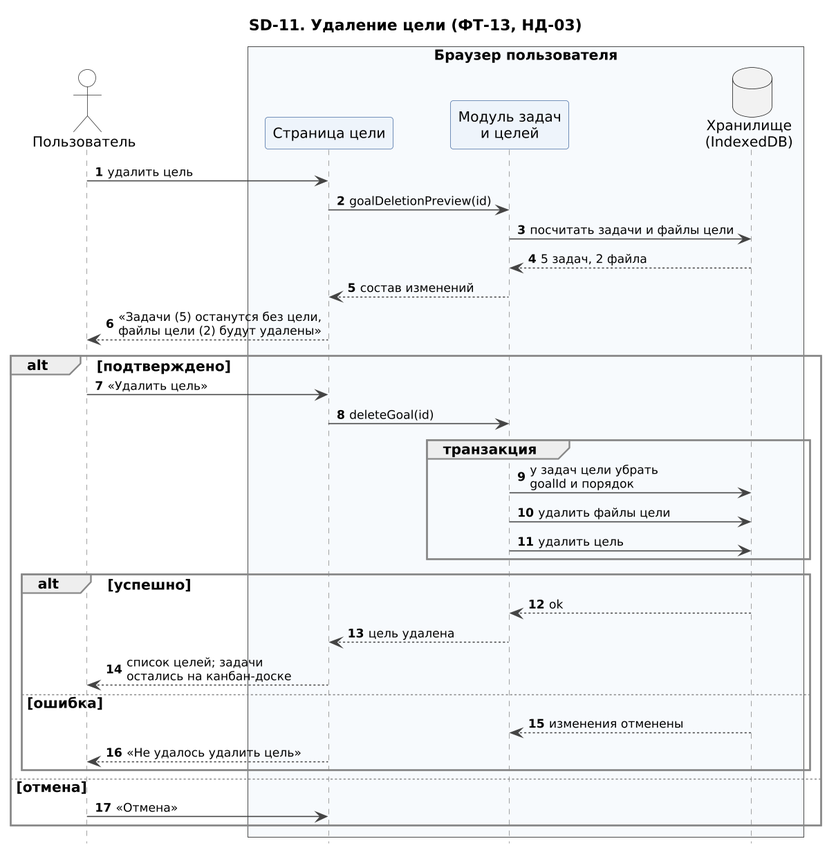
The PlantUML diagram docs/uml/png/SD-11_udalenie_celi.png in freez044/kpo_project, before a commit.
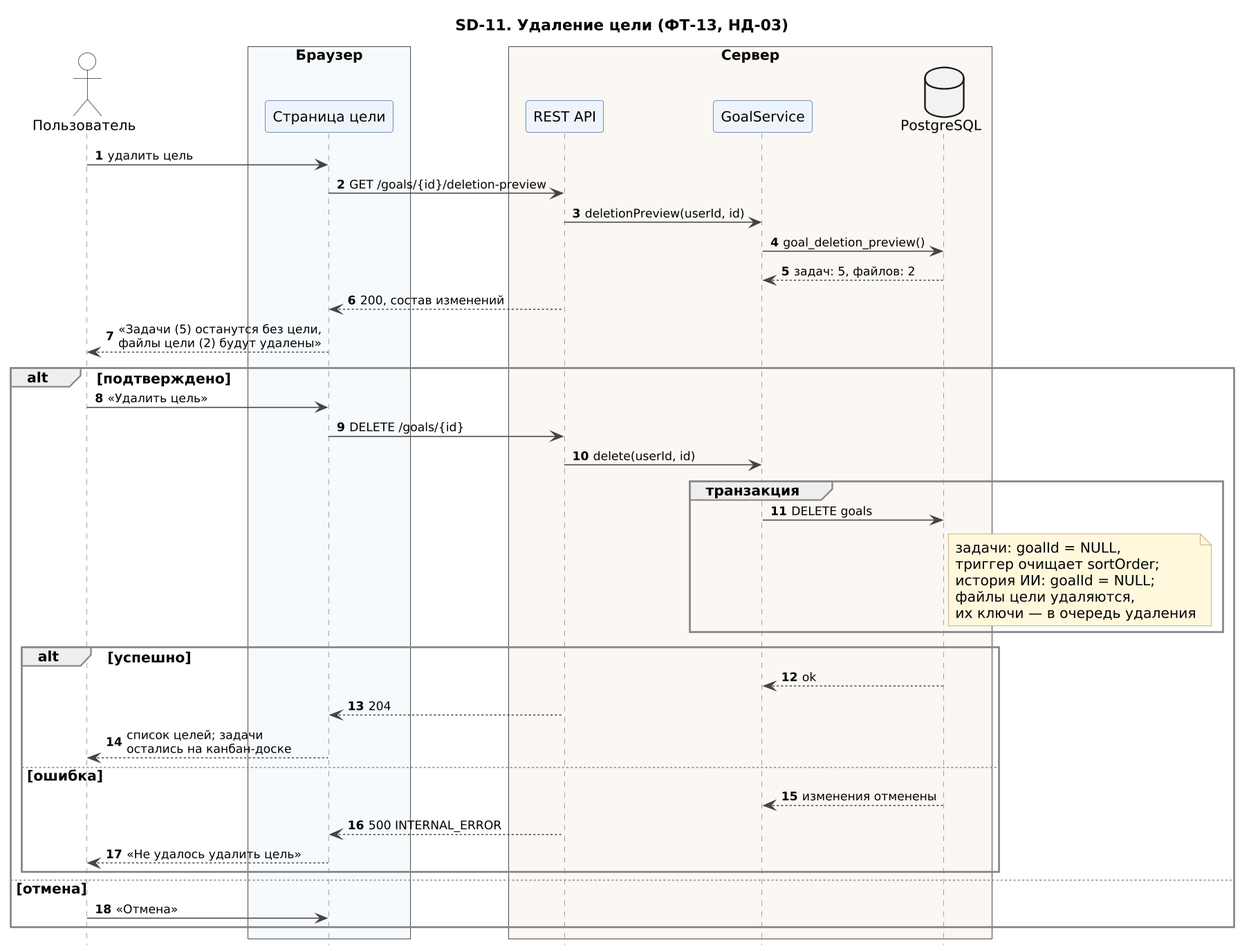
Above is the later version.

Change to the diagram source:
```diff
@@ -2,32 +2,43 @@
 !include seqhead.iuml
 title SD-11. Удаление цели (ФТ-13, НД-03)
 actor "Пользователь" as U
-box "Браузер пользователя" #F7FAFD
+box "Браузер" #F7FAFD
 participant "Страница цели" as UI
-participant "Модуль задач\nи целей" as TM
-database "Хранилище\n(IndexedDB)" as DB
+end box
+box "Сервер" #FBF7F2
+participant "REST API" as API
+participant "GoalService" as GS
+database "PostgreSQL" as DB
 end box
 
 U -> UI : удалить цель
-UI -> TM : goalDeletionPreview(id)
-TM -> DB : посчитать задачи и файлы цели
-DB --> TM : 5 задач, 2 файла
-TM --> UI : состав изменений
+UI -> API : GET /goals/{id}/deletion-preview
+API -> GS : deletionPreview(userId, id)
+GS -> DB : goal_deletion_preview()
+DB --> GS : задач: 5, файлов: 2
+API --> UI : 200, состав изменений
 UI --> U : «Задачи (5) останутся без цели,\nфайлы цели (2) будут удалены»
 alt подтверждено
   U -> UI : «Удалить цель»
-  UI -> TM : deleteGoal(id)
+  UI -> API : DELETE /goals/{id}
+  API -> GS : delete(userId, id)
   group транзакция
-    TM -> DB : у задач цели убрать\ngoalId и порядок
-    TM -> DB : удалить файлы цели
-    TM -> DB : удалить цель
+    GS -> DB : DELETE goals
+    note right of DB
+      задачи: goalId = NULL,
+      триггер очищает sortOrder;
+      история ИИ: goalId = NULL;
+      файлы цели удаляются,
+      их ключи — в очередь удаления
+    end note
   end
   alt успешно
-    DB --> TM : ok
-    TM --> UI : цель удалена
+    DB --> GS : ok
+    API --> UI : 204
     UI --> U : список целей; задачи\nостались на канбан-доске
   else ошибка
-    DB --> TM : изменения отменены
+    DB --> GS : изменения отменены
+    API --> UI : 500 INTERNAL_ERROR
     UI --> U : «Не удалось удалить цель»
   end
 else отмена
```
